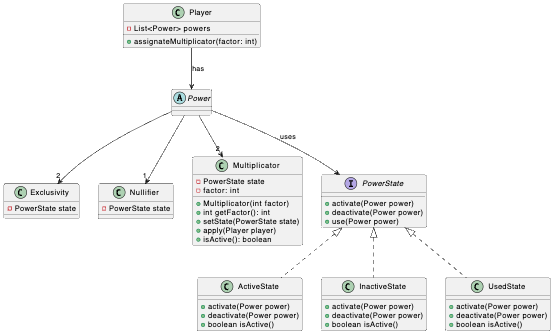
Before: UML files/PowerClassDiagram.png, a diagram exported from PlantUML (agpelliciari/TP2-Algo-III). Its source is kept beside it as UML files/PowerClassDiagram.puml. The source it was exported from:
```plantuml
@startuml
class Player{
    - List<Power> powers
    + assignateMultiplicator(factor: int)
}

abstract class Power{

}

class Exclusivity{
    - PowerState state

}

class Nullifier{
    - PowerState state
}

class Multiplicator{
    - PowerState state
    - factor: int
    +Multiplicator(int factor)
    +int getFactor(): int
    +setState(PowerState state)
    +apply(Player player)
    +isActive(): boolean

}

interface PowerState {
  + activate(Power power)
   + deactivate(Power power)
   + use(Power power)
}


class ActiveState {

    + activate(Power power)
    + deactivate(Power power)
    +boolean isActive()
}

class InactiveState {

    + activate(Power power)
    + deactivate(Power power)
    +boolean isActive()
}

class UsedState {

    + activate(Power power)
    + deactivate(Power power)
    +boolean isActive()
}




Power --> PowerState : uses
PowerState <|.. ActiveState
PowerState <|.. InactiveState
PowerState <|.. UsedState

Player --> Power : has
Power -->"2" Multiplicator
Power -->"2" Exclusivity
Power -->"1" Nullifier

@enduml
```
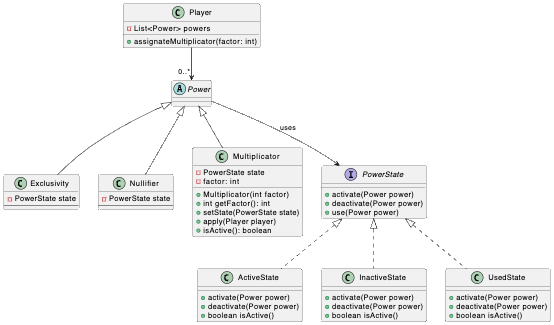
After the commit.

Commit message:
#76 Chenged to heritance arrows

What changed in the source:
```diff
@@ -59,14 +59,15 @@
 
 
 
+
 Power --> PowerState : uses
 PowerState <|.. ActiveState
 PowerState <|.. InactiveState
 PowerState <|.. UsedState
 
-Player --> Power : has
-Power -->"2" Multiplicator
-Power -->"2" Exclusivity
-Power -->"1" Nullifier
+Player -->"0..*" Power
 
+Power <|-- Exclusivity
+Power <|-- Nullifier
+Power <|-- Multiplicator
 @enduml
```
